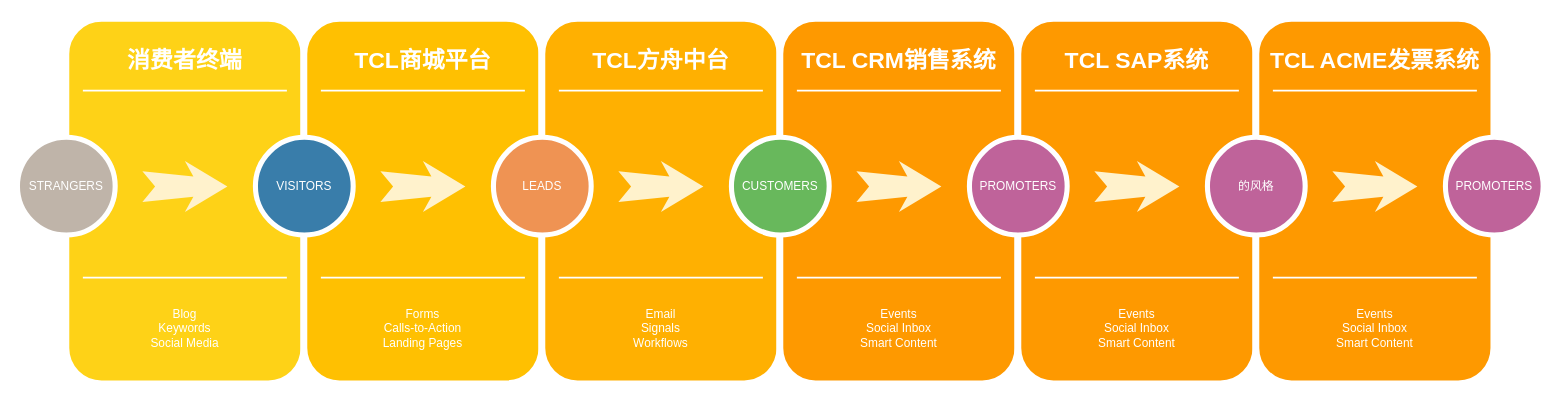
Before: tshop/Untitled Diagram.drawio in lawplus/diagrams, a draw.io diagram. Source tidied: cells renumbered, new cells numbered last; positions are measured from the earlier drawing's top-left corner, leaving out a move shared by most shapes. Both pictures are drawn from the tidied source at 85%, with x=0, y=0 at pixel (17, 18).
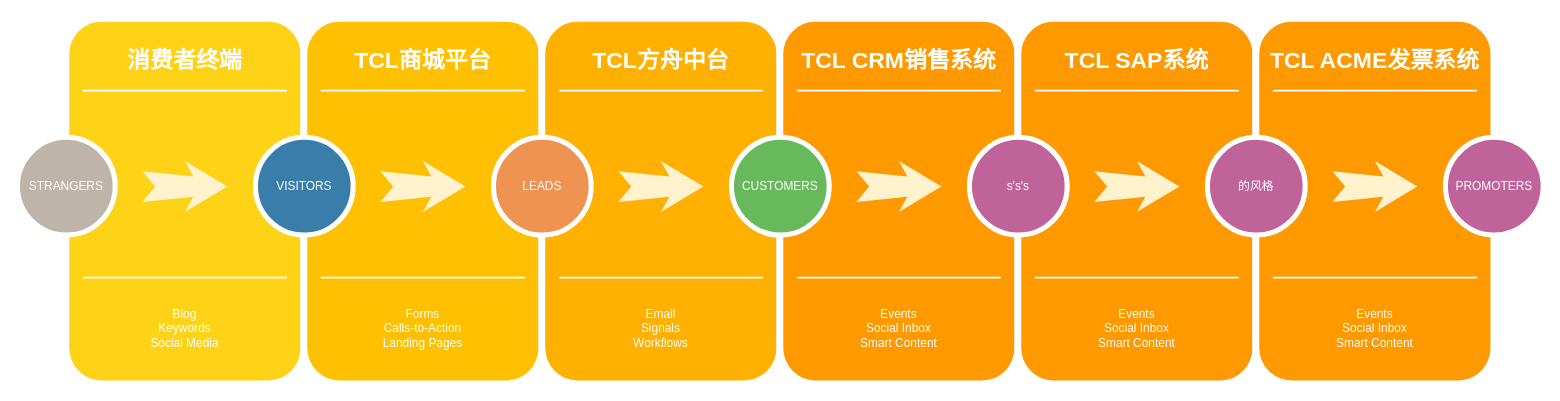
After the change.

The edit, as a diff of the source:
```diff
@@
-    <mxCell id="36" value="PROMOTERS" style="ellipse;whiteSpace=wrap;html=1;rounded=0;shadow=0;strokeWidth=6;fontSize=14;align=center;fillColor=#BF639A;strokeColor=#FFFFFF;fontColor=#FFFFFF;" parent="1" vertex="1">
+    <mxCell id="36" value="s's's" style="ellipse;whiteSpace=wrap;html=1;rounded=0;shadow=0;strokeWidth=6;fontSize=14;align=center;fillColor=#BF639A;strokeColor=#FFFFFF;fontColor=#FFFFFF;" parent="1" vertex="1">
       <mxGeometry x="1120" y="140" width="115" height="115" as="geometry" />
     </mxCell>
```
